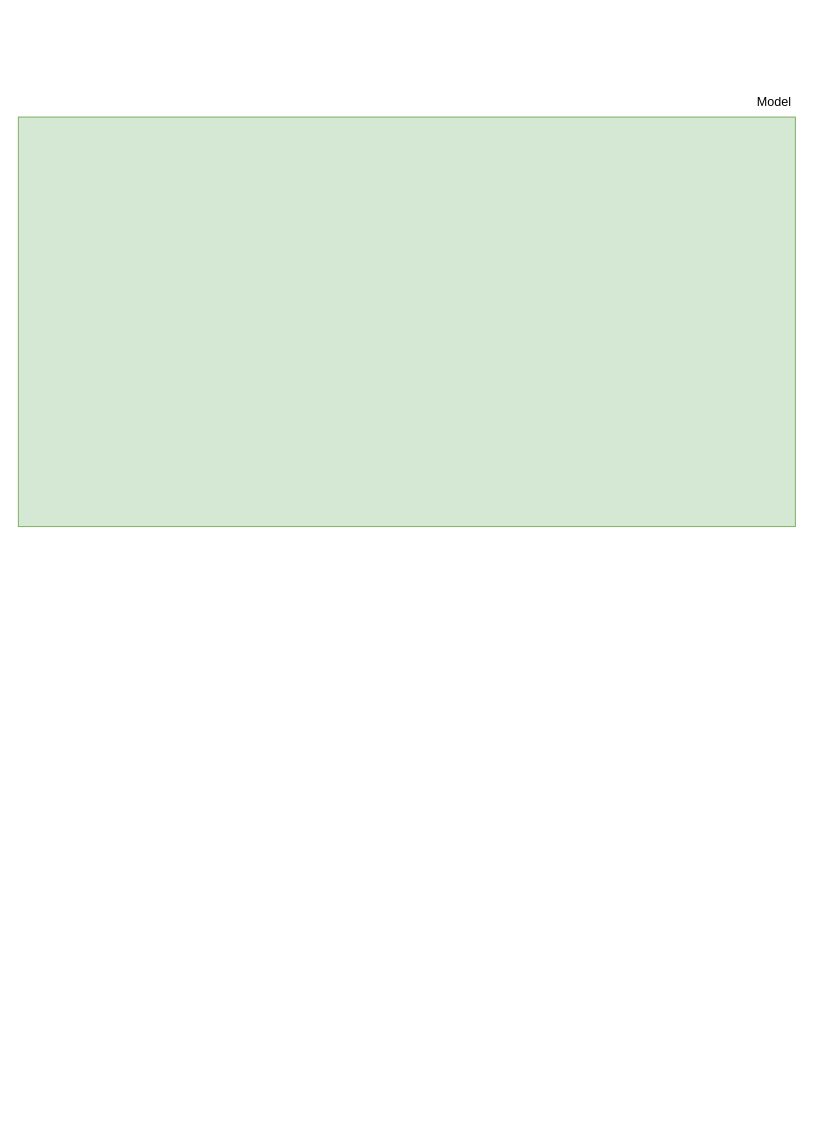
Before: diagram.drawio in lismaroliveira1/gifs_to_win, a draw.io diagram. Source tidied: cells renumbered, new cells numbered last; positions are measured from the earlier drawing's top-left corner, leaving out a move shared by most shapes. Both pictures are drawn from the tidied source at 105%, with x=0, y=0 at pixel (18, 91).
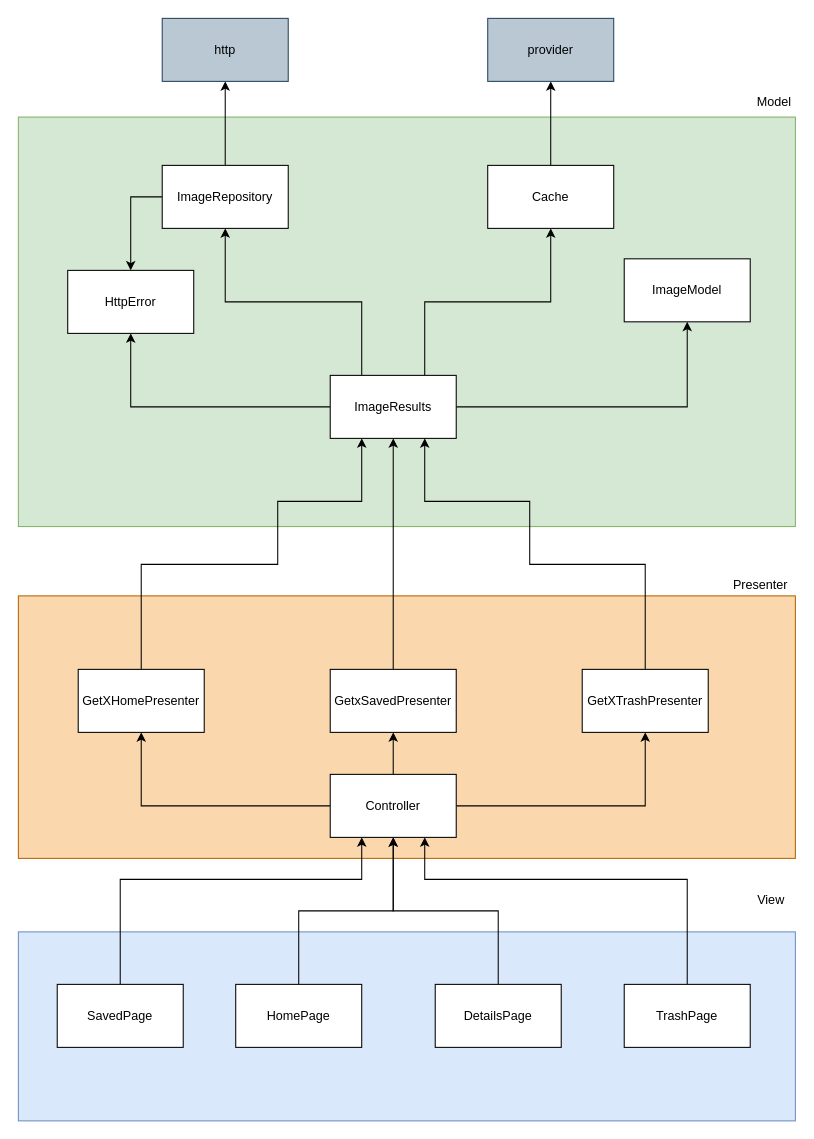
The same page after the edit.

Change to the diagram source:
```diff
@@
+    <mxCell id="4" style="edgeStyle=orthogonalEdgeStyle;rounded=0;jettySize=auto;html=1;exitX=0.5;exitY=0;exitDx=0;exitDy=0;" parent="1" edge="1" source="6" target="7">
+      <mxGeometry relative="1" as="geometry" />
+    </mxCell>
+    <mxCell id="5" style="edgeStyle=orthogonalEdgeStyle;rounded=0;jettySize=auto;html=1;exitX=0;exitY=0.5;exitDx=0;exitDy=0;" parent="1" edge="1" source="6" target="11">
+      <mxGeometry relative="1" as="geometry" />
+    </mxCell>
+    <mxCell id="6" value="ImageRepository" style="rounded=0;whiteSpace=wrap;html=1;" parent="1" vertex="1">
+      <mxGeometry x="137" y="70" width="120" height="60" as="geometry" />
+    </mxCell>
+    <mxCell id="7" value="http" style="rounded=0;whiteSpace=wrap;html=1;fillColor=#bac8d3;strokeColor=#23445d;" parent="1" vertex="1">
+      <mxGeometry x="137" y="-70" width="120" height="60" as="geometry" />
+    </mxCell>
+    <mxCell id="8" style="edgeStyle=orthogonalEdgeStyle;rounded=0;jettySize=auto;html=1;exitX=0.5;exitY=0;exitDx=0;exitDy=0;" parent="1" edge="1" source="9" target="10">
+      <mxGeometry relative="1" as="geometry" />
+    </mxCell>
+    <mxCell id="9" value="Cache" style="rounded=0;whiteSpace=wrap;html=1;" parent="1" vertex="1">
+      <mxGeometry x="447" y="70" width="120" height="60" as="geometry" />
+    </mxCell>
+    <mxCell id="10" value="provider" style="rounded=0;whiteSpace=wrap;html=1;fillColor=#bac8d3;strokeColor=#23445d;" parent="1" vertex="1">
+      <mxGeometry x="447" y="-70" width="120" height="60" as="geometry" />
+    </mxCell>
+    <mxCell id="11" value="HttpError" style="rounded=0;whiteSpace=wrap;html=1;" parent="1" vertex="1">
+      <mxGeometry x="47" y="170" width="120" height="60" as="geometry" />
+    </mxCell>
+    <mxCell id="12" value="ImageModel" style="rounded=0;whiteSpace=wrap;html=1;" parent="1" vertex="1">
+      <mxGeometry x="577" y="159" width="120" height="60" as="geometry" />
+    </mxCell>
+    <mxCell id="13" style="edgeStyle=orthogonalEdgeStyle;rounded=0;jettySize=auto;html=1;exitX=0;exitY=0.5;exitDx=0;exitDy=0;entryX=0.5;entryY=1;entryDx=0;entryDy=0;" parent="1" edge="1" source="17" target="11">
+      <mxGeometry relative="1" as="geometry" />
+    </mxCell>
+    <mxCell id="14" style="edgeStyle=orthogonalEdgeStyle;rounded=0;jettySize=auto;html=1;exitX=1;exitY=0.5;exitDx=0;exitDy=0;entryX=0.5;entryY=1;entryDx=0;entryDy=0;" parent="1" edge="1" source="17" target="12">
+      <mxGeometry relative="1" as="geometry" />
+    </mxCell>
+    <mxCell id="15" style="edgeStyle=orthogonalEdgeStyle;rounded=0;jettySize=auto;html=1;exitX=0.25;exitY=0;exitDx=0;exitDy=0;entryX=0.5;entryY=1;entryDx=0;entryDy=0;" parent="1" edge="1" source="17" target="6">
+      <mxGeometry relative="1" as="geometry" />
+    </mxCell>
+    <mxCell id="16" style="edgeStyle=orthogonalEdgeStyle;rounded=0;jettySize=auto;html=1;exitX=0.75;exitY=0;exitDx=0;exitDy=0;entryX=0.5;entryY=1;entryDx=0;entryDy=0;" parent="1" edge="1" source="17" target="9">
+      <mxGeometry relative="1" as="geometry" />
+    </mxCell>
+    <mxCell id="17" value="ImageResults" style="rounded=0;whiteSpace=wrap;html=1;" parent="1" vertex="1">
+      <mxGeometry x="297" y="270" width="120" height="60" as="geometry" />
+    </mxCell>
+    <mxCell id="18" style="whiteSpace=wrap;html=1;fillColor=#fad7ac;strokeColor=#b46504;" parent="1" vertex="1">
+      <mxGeometry y="480" width="740" height="250" as="geometry" />
+    </mxCell>
+    <mxCell id="19" value="Presenter" style="text;html=1;strokeColor=none;fillColor=none;align=center;verticalAlign=middle;whiteSpace=wrap;rounded=0;" parent="1" vertex="1">
+      <mxGeometry x="687" y="460" width="40" height="20" as="geometry" />
+    </mxCell>
+    <mxCell id="20" style="edgeStyle=orthogonalEdgeStyle;rounded=0;jettySize=auto;html=1;entryX=0.25;entryY=1;entryDx=0;entryDy=0;" parent="1" edge="1" source="21" target="17">
+      <mxGeometry relative="1" as="geometry">
+        <Array as="points">
+          <mxPoint x="117" y="450" />
+          <mxPoint x="247" y="450" />
+          <mxPoint x="247" y="390" />
+          <mxPoint x="327" y="390" />
+        </Array>
+      </mxGeometry>
+    </mxCell>
+    <mxCell id="21" value="GetXHomePresenter" style="rounded=0;whiteSpace=wrap;html=1;" parent="1" vertex="1">
+      <mxGeometry x="57" y="550" width="120" height="60" as="geometry" />
+    </mxCell>
+    <mxCell id="22" style="edgeStyle=orthogonalEdgeStyle;rounded=0;jettySize=auto;html=1;exitX=0.5;exitY=0;exitDx=0;exitDy=0;entryX=0.5;entryY=1;entryDx=0;entryDy=0;" parent="1" edge="1" source="23" target="17">
+      <mxGeometry relative="1" as="geometry" />
+    </mxCell>
+    <mxCell id="23" value="GetxSavedPresenter" style="rounded=0;whiteSpace=wrap;html=1;" parent="1" vertex="1">
+      <mxGeometry x="297" y="550" width="120" height="60" as="geometry" />
+    </mxCell>
+    <mxCell id="24" style="edgeStyle=orthogonalEdgeStyle;rounded=0;jettySize=auto;html=1;entryX=0.75;entryY=1;entryDx=0;entryDy=0;" parent="1" edge="1" source="25" target="17">
+      <mxGeometry relative="1" as="geometry">
+        <Array as="points">
+          <mxPoint x="597" y="450" />
+          <mxPoint x="487" y="450" />
+          <mxPoint x="487" y="390" />
+          <mxPoint x="387" y="390" />
+        </Array>
+      </mxGeometry>
+    </mxCell>
+    <mxCell id="25" value="GetXTrashPresenter" style="rounded=0;whiteSpace=wrap;html=1;" parent="1" vertex="1">
+      <mxGeometry x="537" y="550" width="120" height="60" as="geometry" />
+    </mxCell>
+    <mxCell id="26" style="whiteSpace=wrap;html=1;fillColor=#dae8fc;strokeColor=#6c8ebf;" parent="1" vertex="1">
+      <mxGeometry y="800" width="740" height="180" as="geometry" />
+    </mxCell>
+    <mxCell id="27" value="View" style="text;html=1;strokeColor=none;fillColor=none;align=center;verticalAlign=middle;whiteSpace=wrap;rounded=0;" parent="1" vertex="1">
+      <mxGeometry x="697" y="760" width="40" height="20" as="geometry" />
+    </mxCell>
+    <mxCell id="28" style="edgeStyle=orthogonalEdgeStyle;rounded=0;jettySize=auto;html=1;entryX=0.25;entryY=1;entryDx=0;entryDy=0;" parent="1" edge="1" source="29" target="37">
+      <mxGeometry relative="1" as="geometry">
+        <Array as="points">
+          <mxPoint x="97" y="750" />
+          <mxPoint x="327" y="750" />
+        </Array>
+      </mxGeometry>
+    </mxCell>
+    <mxCell id="29" value="SavedPage" style="rounded=0;whiteSpace=wrap;html=1;" parent="1" vertex="1">
+      <mxGeometry x="37" y="850" width="120" height="60" as="geometry" />
+    </mxCell>
+    <mxCell id="30" style="edgeStyle=orthogonalEdgeStyle;rounded=0;jettySize=auto;html=1;" parent="1" edge="1" source="31" target="37">
+      <mxGeometry relative="1" as="geometry" />
+    </mxCell>
+    <mxCell id="31" value="HomePage" style="rounded=0;whiteSpace=wrap;html=1;" parent="1" vertex="1">
+      <mxGeometry x="207" y="850" width="120" height="60" as="geometry" />
+    </mxCell>
+    <mxCell id="32" style="edgeStyle=orthogonalEdgeStyle;rounded=0;jettySize=auto;html=1;entryX=0.75;entryY=1;entryDx=0;entryDy=0;" parent="1" edge="1" source="33" target="37">
+      <mxGeometry relative="1" as="geometry">
+        <Array as="points">
+          <mxPoint x="637" y="750" />
+          <mxPoint x="387" y="750" />
+        </Array>
+      </mxGeometry>
+    </mxCell>
+    <mxCell id="33" value="TrashPage" style="rounded=0;whiteSpace=wrap;html=1;" parent="1" vertex="1">
+      <mxGeometry x="577" y="850" width="120" height="60" as="geometry" />
+    </mxCell>
+    <mxCell id="34" style="edgeStyle=orthogonalEdgeStyle;rounded=0;jettySize=auto;html=1;entryX=0.5;entryY=1;entryDx=0;entryDy=0;" parent="1" edge="1" source="37" target="23">
+      <mxGeometry relative="1" as="geometry" />
+    </mxCell>
+    <mxCell id="35" style="edgeStyle=orthogonalEdgeStyle;rounded=0;jettySize=auto;html=1;entryX=0.5;entryY=1;entryDx=0;entryDy=0;" parent="1" edge="1" source="37" target="21">
+      <mxGeometry relative="1" as="geometry" />
+    </mxCell>
+    <mxCell id="36" style="edgeStyle=orthogonalEdgeStyle;rounded=0;jettySize=auto;html=1;entryX=0.5;entryY=1;entryDx=0;entryDy=0;" parent="1" edge="1" source="37" target="25">
+      <mxGeometry relative="1" as="geometry" />
+    </mxCell>
+    <mxCell id="37" value="Controller" style="rounded=0;whiteSpace=wrap;html=1;perimeter=hexagonPerimeter2;" parent="1" vertex="1">
+      <mxGeometry x="297" y="650" width="120" height="60" as="geometry" />
+    </mxCell>
+    <mxCell id="38" style="edgeStyle=orthogonalEdgeStyle;rounded=0;jettySize=auto;html=1;entryX=0.5;entryY=1;entryDx=0;entryDy=0;" parent="1" edge="1" source="39" target="37">
+      <mxGeometry relative="1" as="geometry" />
+    </mxCell>
+    <mxCell id="39" value="DetailsPage" style="rounded=0;whiteSpace=wrap;html=1;" parent="1" vertex="1">
+      <mxGeometry x="397" y="850" width="120" height="60" as="geometry" />
+    </mxCell>
```
